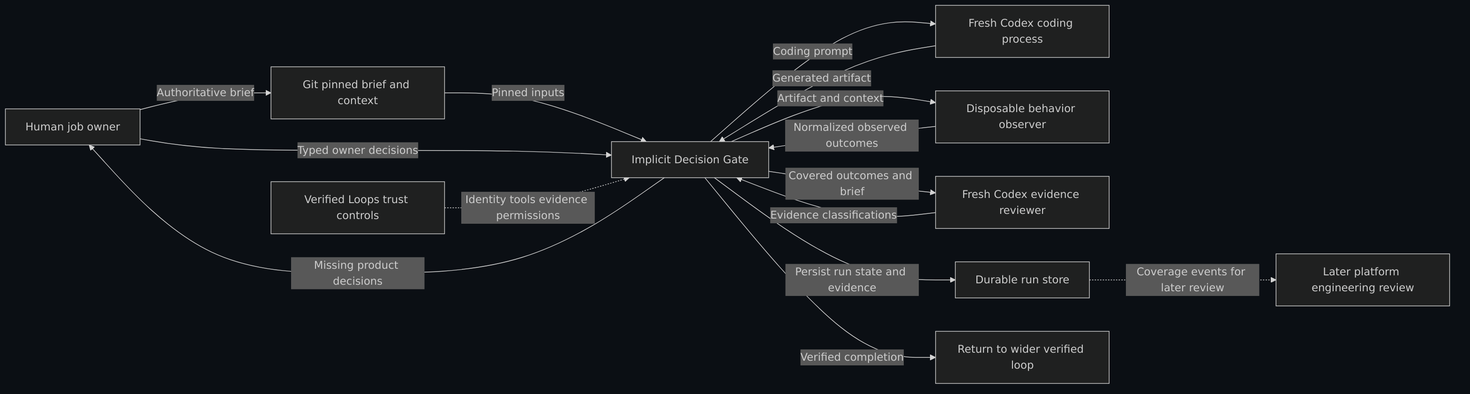
genesobolev/implicit-decision-gate keeps this Mermaid diagram as notebooks/assets/diagrams/system_context.png. Above is the earlier version. Its source is kept beside it as notebooks/assets/diagrams/system_context.mmd.
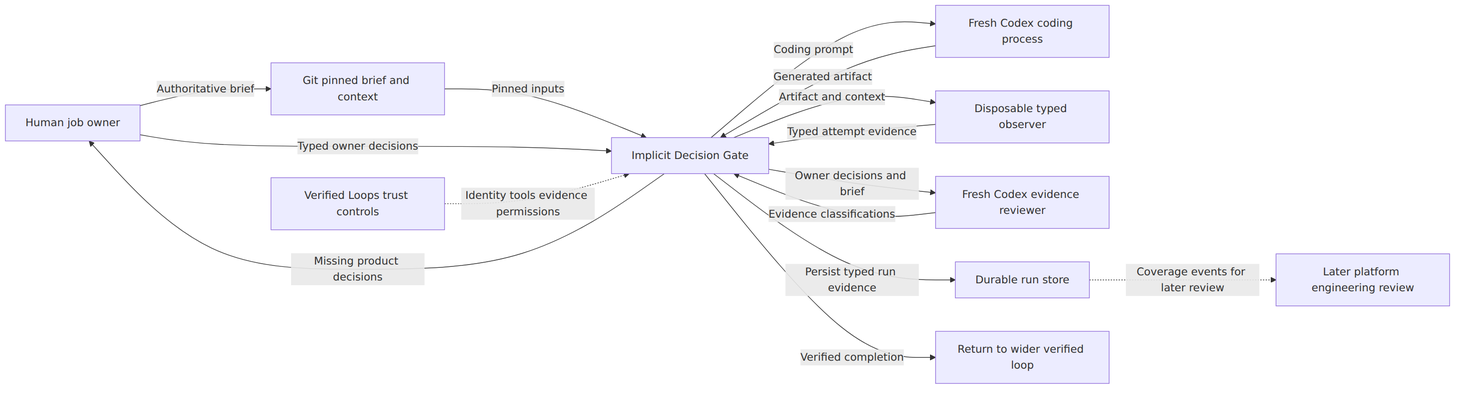
Above is the later version.

Diff of the diagram source:
```diff
@@ -1,19 +1,17 @@
 flowchart LR
     owner[Human job owner]
     git[Git pinned brief and context]
-    policy[Versioned scenario policy]
     orchestrator[Implicit Decision Gate]
     coder[Fresh Codex coding process]
     observer[Disposable typed observer]
     reviewer[Fresh Codex evidence reviewer]
     store[Durable run store]
-    platform[Platform engineering review]
+    platform[Later platform engineering review]
     verified[Return to wider verified loop]
     trust[Verified Loops trust controls]
 
     owner -->|Authoritative brief| git
     git -->|Pinned inputs| orchestrator
-    policy -->|Invariants decisions effects coverage| orchestrator
     orchestrator -->|Coding prompt| coder
     coder -->|Generated artifact| orchestrator
     orchestrator -->|Artifact and context| observer
@@ -22,7 +20,7 @@
     reviewer -->|Evidence classifications| orchestrator
     orchestrator -->|Missing product decisions| owner
     owner -->|Typed owner decisions| orchestrator
-    orchestrator -->|Persist run evidence and policy digest| store
-    store -.->|Coverage events| platform
+    orchestrator -->|Persist typed run evidence| store
+    store -.->|Coverage events for later review| platform
     orchestrator -->|Verified completion| verified
     trust -.->|Identity tools evidence permissions| orchestrator
```
